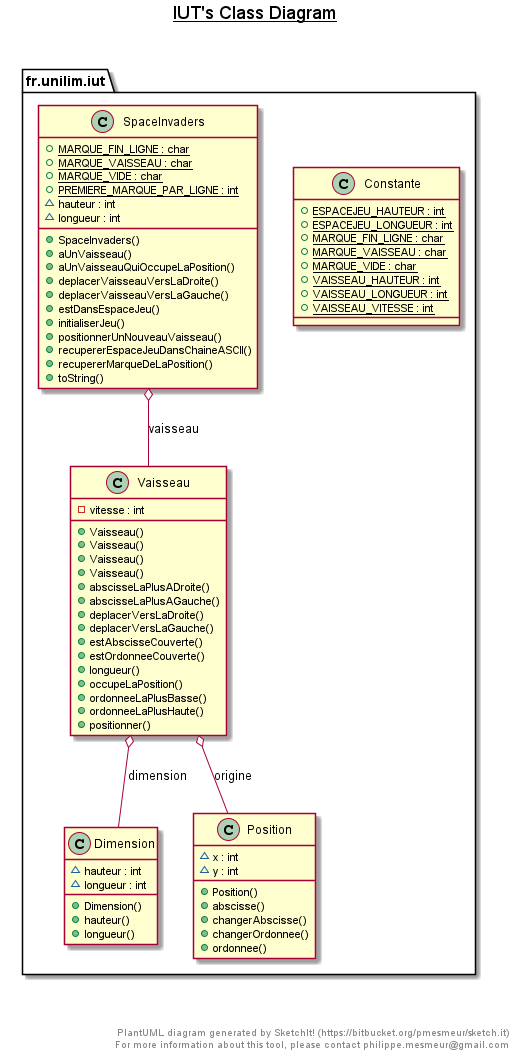
Earlier version of the PlantUML export img/spaceinvadersS29.png (Benjamin-Pelaudeix/spaceinvader).
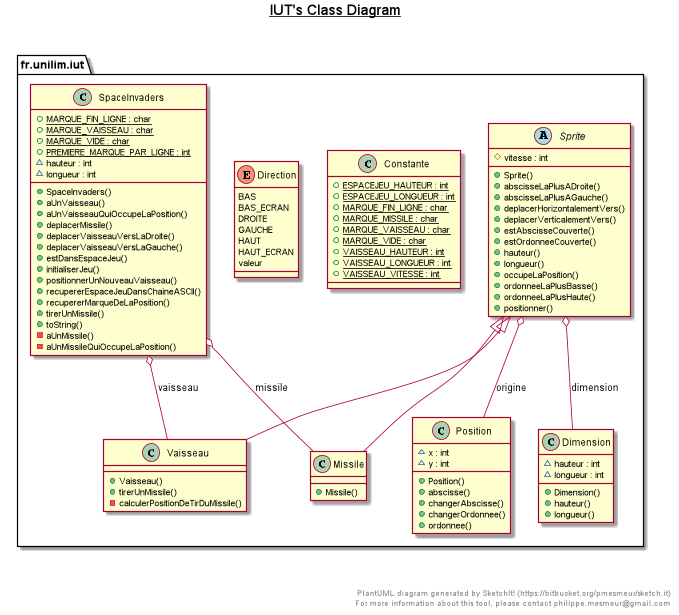
After the commit.

What changed in the source:
```diff
@@ -7,6 +7,7 @@
         {static} + ESPACEJEU_HAUTEUR : int
         {static} + ESPACEJEU_LONGUEUR : int
         {static} + MARQUE_FIN_LIGNE : char
+        {static} + MARQUE_MISSILE : char
         {static} + MARQUE_VAISSEAU : char
         {static} + MARQUE_VIDE : char
         {static} + VAISSEAU_HAUTEUR : int
@@ -23,6 +24,26 @@
         + Dimension()
         + hauteur()
         + longueur()
+    }
+  }
+
+
+  namespace fr.unilim.iut {
+    enum Direction {
+      BAS
+      BAS_ECRAN
+      DROITE
+      GAUCHE
+      HAUT
+      HAUT_ECRAN
+      valeur
+    }
+  }
+
+
+  namespace fr.unilim.iut {
+    class fr.unilim.iut.Missile {
+        + Missile()
     }
   }
 
@@ -51,6 +72,7 @@
         + SpaceInvaders()
         + aUnVaisseau()
         + aUnVaisseauQuiOccupeLaPosition()
+        + deplacerMissile()
         + deplacerVaisseauVersLaDroite()
         + deplacerVaisseauVersLaGauche()
         + estDansEspaceJeu()
@@ -58,24 +80,25 @@
         + positionnerUnNouveauVaisseau()
         + recupererEspaceJeuDansChaineASCII()
         + recupererMarqueDeLaPosition()
+        + tirerUnMissile()
         + toString()
+        - aUnMissile()
+        - aUnMissileQuiOccupeLaPosition()
     }
   }
 
 
   namespace fr.unilim.iut {
-    class fr.unilim.iut.Vaisseau {
-        - vitesse : int
-        + Vaisseau()
-        + Vaisseau()
-        + Vaisseau()
-        + Vaisseau()
+    abstract class fr.unilim.iut.Sprite {
+        # vitesse : int
+        + Sprite()
         + abscisseLaPlusADroite()
         + abscisseLaPlusAGauche()
-        + deplacerVersLaDroite()
-        + deplacerVersLaGauche()
+        + deplacerHorizontalementVers()
+        + deplacerVerticalementVers()
         + estAbscisseCouverte()
         + estOrdonneeCouverte()
+        + hauteur()
         + longueur()
         + occupeLaPosition()
         + ordonneeLaPlusBasse()
@@ -85,9 +108,21 @@
   }
 
 
+  namespace fr.unilim.iut {
+    class fr.unilim.iut.Vaisseau {
+        + Vaisseau()
+        + tirerUnMissile()
+        - calculerPositionDeTirDuMissile()
+    }
+  }
+
+
+  fr.unilim.iut.Missile -up-|> fr.unilim.iut.Sprite
+  fr.unilim.iut.SpaceInvaders o-- fr.unilim.iut.Missile : missile
   fr.unilim.iut.SpaceInvaders o-- fr.unilim.iut.Vaisseau : vaisseau
-  fr.unilim.iut.Vaisseau o-- fr.unilim.iut.Dimension : dimension
-  fr.unilim.iut.Vaisseau o-- fr.unilim.iut.Position : origine
+  fr.unilim.iut.Sprite o-- fr.unilim.iut.Dimension : dimension
+  fr.unilim.iut.Sprite o-- fr.unilim.iut.Position : origine
+  fr.unilim.iut.Vaisseau -up-|> fr.unilim.iut.Sprite
 
 
 right footer
```
